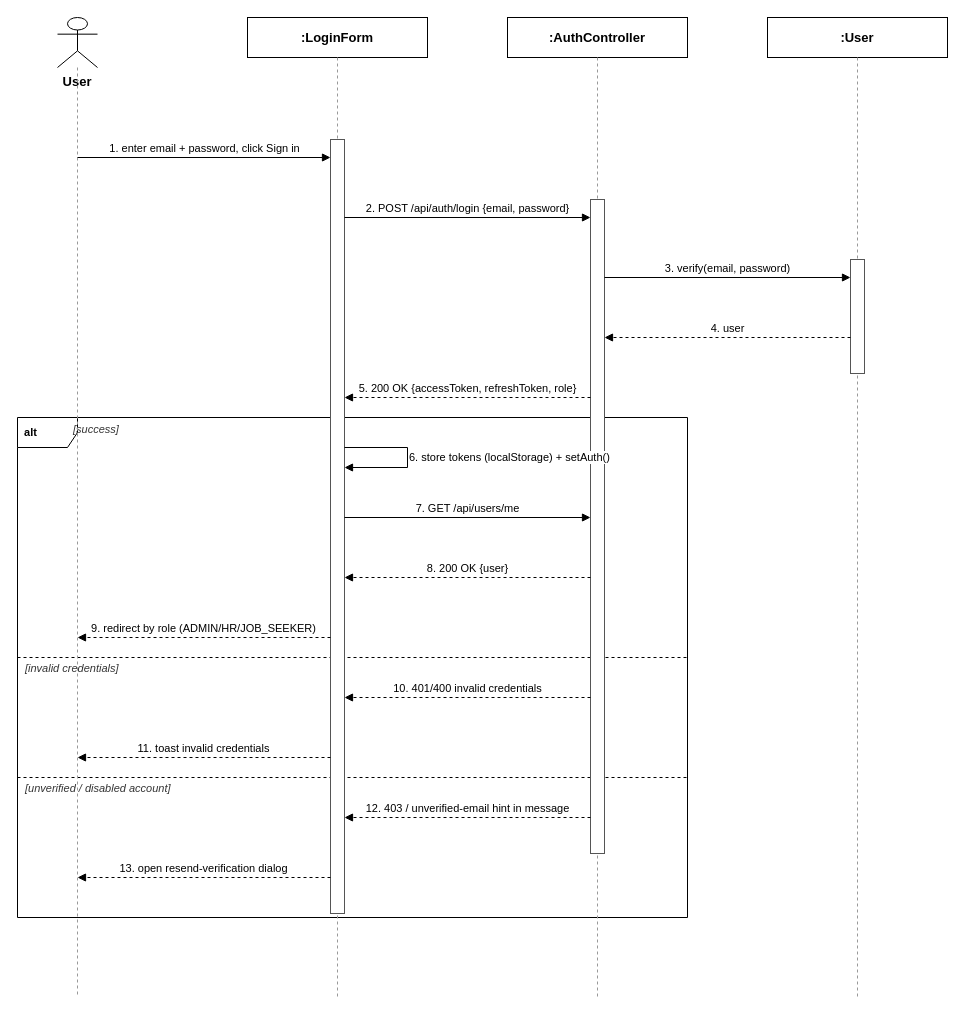
Before: docs/qa/SequenceDiagram/3.1.3_Login.drawio in tulklk/AI_Interview_Question_Generation_RAG_LLM_FE, a draw.io diagram. Source tidied: cells renumbered, new cells numbered last; positions are measured from the earlier drawing's top-left corner, leaving out a move shared by most shapes. Both pictures are drawn from the tidied source at 100%, with x=0, y=0 at pixel (17, 17).
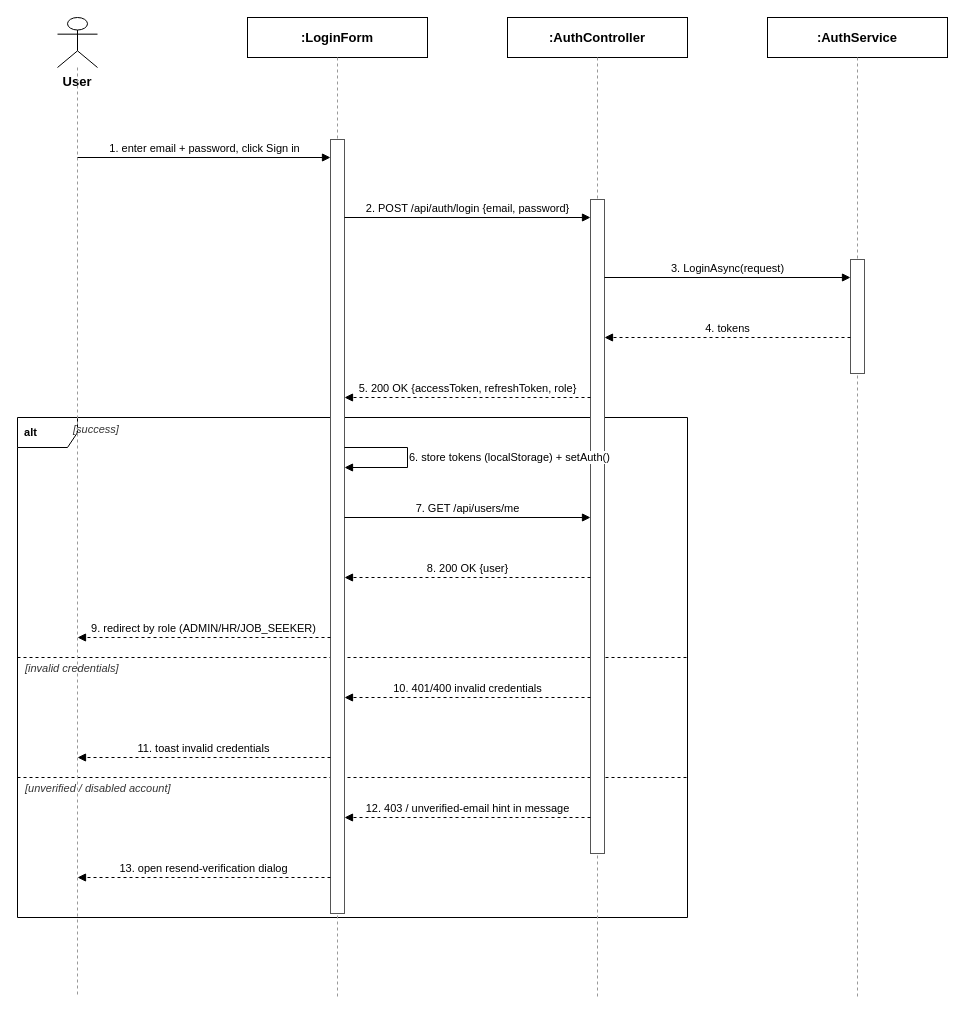
The same diagram, later.

Change to the diagram source:
```diff
@@
-    <mxCell id="14" value=":User" style="rounded=0;whiteSpace=wrap;html=1;fontSize=13;fillColor=#ffffff;strokeColor=#000000;fontStyle=1;" parent="1" vertex="1">
+    <mxCell id="14" value=":AuthService" style="rounded=0;whiteSpace=wrap;html=1;fontSize=13;fillColor=#ffffff;strokeColor=#000000;fontStyle=1;" parent="1" vertex="1">
       <mxGeometry x="750" width="180" height="40" as="geometry" />
     </mxCell>
@@
-    <mxCell id="21" value="3. verify(email, password)" style="endArrow=block;endFill=1;html=1;fontSize=11;align=center;verticalAlign=bottom;labelBackgroundColor=#ffffff;strokeColor=#000000;" parent="1" edge="1">
+    <mxCell id="21" value="3. LoginAsync(request)" style="endArrow=block;endFill=1;html=1;fontSize=11;align=center;verticalAlign=bottom;labelBackgroundColor=#ffffff;strokeColor=#000000;" parent="1" edge="1">
       <mxGeometry relative="1" as="geometry">
         <mxPoint x="587" y="260" as="sourcePoint" />
         <mxPoint x="833" y="260" as="targetPoint" />
       </mxGeometry>
     </mxCell>
-    <mxCell id="22" value="4. user" style="endArrow=block;endFill=1;html=1;dashed=1;fontSize=11;align=center;verticalAlign=bottom;labelBackgroundColor=#ffffff;strokeColor=#000000;" parent="1" edge="1">
+    <mxCell id="22" value="4. tokens" style="endArrow=block;endFill=1;html=1;dashed=1;fontSize=11;align=center;verticalAlign=bottom;labelBackgroundColor=#ffffff;strokeColor=#000000;" parent="1" edge="1">
       <mxGeometry relative="1" as="geometry">
         <mxPoint x="833" y="320" as="sourcePoint" />
         <mxPoint x="587" y="320" as="targetPoint" />
       </mxGeometry>
     </mxCell>
```
